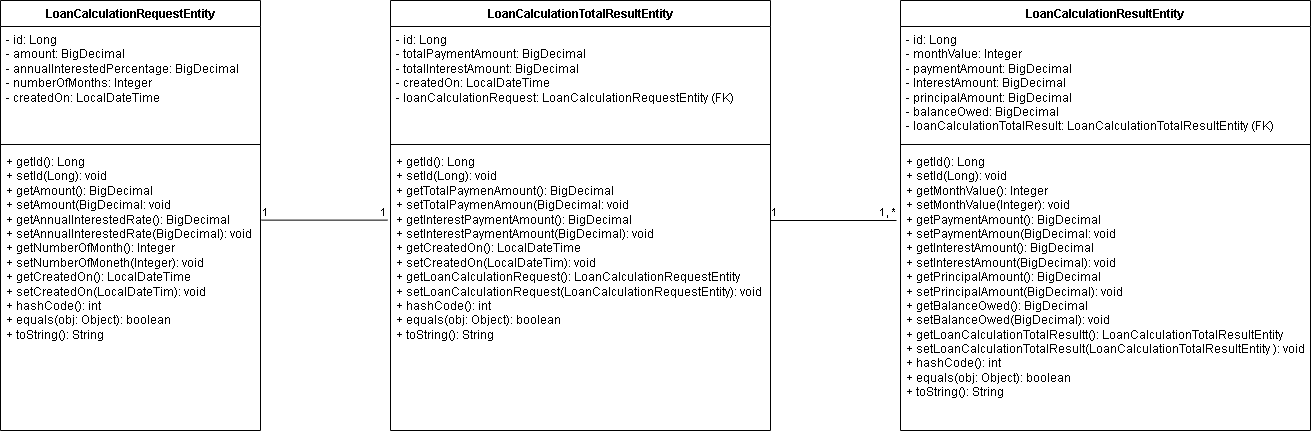
The draw.io diagram diagrams/UML_class_diagram.png in tijanatasic/loan-calculator, before a commit. Source tidied: cells renumbered, new cells last; positions are measured from the earlier drawing's top-left corner, leaving out a move shared by most shapes.
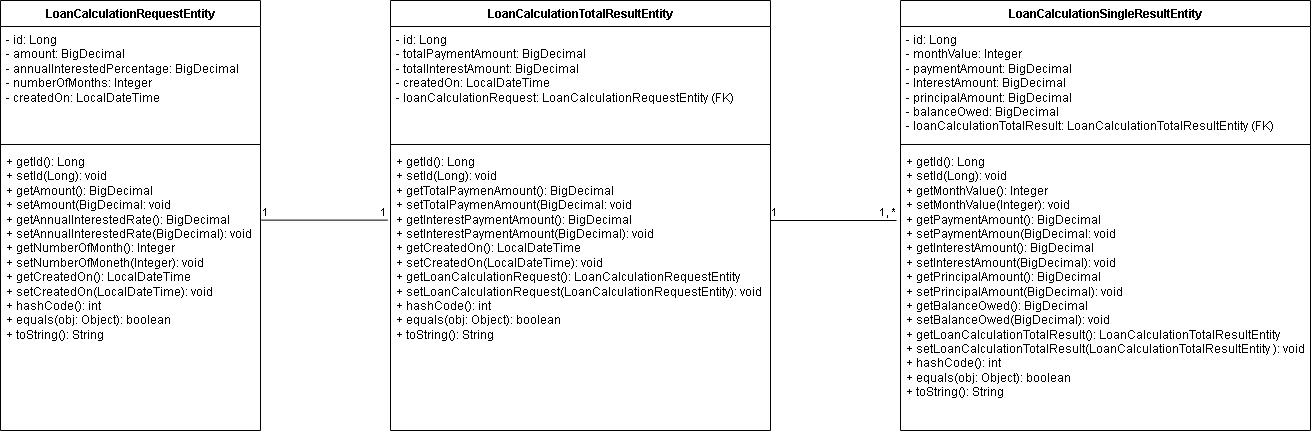
After the commit.

Commit message:
Added diagrams and postman collection

The edit, as a diff of the source:
```diff
@@ -11,7 +11,7 @@
     <mxCell id="4" style="line;strokeWidth=1;fillColor=none;align=left;verticalAlign=middle;spacingTop=-1;spacingLeft=3;spacingRight=3;labelPosition=right;strokeColor=inherit;" parent="2" vertex="1">
       <mxGeometry y="140" width="260" height="8" as="geometry" />
     </mxCell>
-    <mxCell id="5" value="+ getId(): Long&lt;div&gt;+ setId(Long): void&lt;/div&gt;&lt;div&gt;+ getAmount(): BigDecimal&lt;/div&gt;&lt;div&gt;+ setAmount(BigDecimal: void&lt;/div&gt;&lt;div&gt;+ getAnnualInterestedRate(): BigDecimal&lt;/div&gt;&lt;div&gt;+ setAnnualInterestedRate(BigDecimal): void&lt;/div&gt;&lt;div&gt;+ getNumberOfMonth(): Integer&lt;/div&gt;&lt;div&gt;+ setNumberOfMoneth(Integer): void&lt;/div&gt;&lt;div&gt;+ getCreatedOn(): LocalDateTime&lt;/div&gt;&lt;div&gt;+ setCreatedOn(LocalDateTim): void&lt;/div&gt;&lt;div&gt;+&amp;nbsp;&lt;span style=&quot;background-color: initial;&quot;&gt;hashCode(): &lt;/span&gt;&lt;span style=&quot;background-color: initial;&quot; class=&quot;hljs-type&quot;&gt;int&lt;/span&gt;&lt;span style=&quot;background-color: initial;&quot;&gt;&amp;nbsp;&lt;/span&gt;&lt;/div&gt;&lt;div&gt;&lt;span style=&quot;background-color: initial;&quot; class=&quot;hljs-operator&quot;&gt;+&lt;/span&gt;&lt;span style=&quot;background-color: initial;&quot;&gt; &lt;/span&gt;&lt;span style=&quot;background-color: initial;&quot; class=&quot;hljs-keyword&quot;&gt;equals&lt;/span&gt;&lt;span style=&quot;background-color: initial;&quot;&gt;(obj: Object): &lt;/span&gt;&lt;span style=&quot;background-color: initial;&quot; class=&quot;hljs-type&quot;&gt;boolean&lt;/span&gt;&lt;span style=&quot;background-color: initial;&quot;&gt;&amp;nbsp;&lt;/span&gt;&lt;/div&gt;&lt;div&gt;&lt;span style=&quot;background-color: initial;&quot; class=&quot;hljs-operator&quot;&gt;+&lt;/span&gt;&lt;span style=&quot;background-color: initial;&quot;&gt; toString(): String&lt;/span&gt;&lt;/div&gt;" style="text;strokeColor=none;fillColor=none;align=left;verticalAlign=top;spacingLeft=4;spacingRight=4;overflow=hidden;points=[[0,0.5],[1,0.5]];portConstraint=eastwest;whiteSpace=wrap;html=1;" parent="2" vertex="1">
+    <mxCell id="5" value="+ getId(): Long&lt;div&gt;+ setId(Long): void&lt;/div&gt;&lt;div&gt;+ getAmount(): BigDecimal&lt;/div&gt;&lt;div&gt;+ setAmount(BigDecimal: void&lt;/div&gt;&lt;div&gt;+ getAnnualInterestedRate(): BigDecimal&lt;/div&gt;&lt;div&gt;+ setAnnualInterestedRate(BigDecimal): void&lt;/div&gt;&lt;div&gt;+ getNumberOfMonth(): Integer&lt;/div&gt;&lt;div&gt;+ setNumberOfMoneth(Integer): void&lt;/div&gt;&lt;div&gt;+ getCreatedOn(): LocalDateTime&lt;/div&gt;&lt;div&gt;+ setCreatedOn(LocalDateTime): void&lt;/div&gt;&lt;div&gt;+&amp;nbsp;&lt;span style=&quot;background-color: initial;&quot;&gt;hashCode(): &lt;/span&gt;&lt;span style=&quot;background-color: initial;&quot; class=&quot;hljs-type&quot;&gt;int&lt;/span&gt;&lt;span style=&quot;background-color: initial;&quot;&gt;&amp;nbsp;&lt;/span&gt;&lt;/div&gt;&lt;div&gt;&lt;span style=&quot;background-color: initial;&quot; class=&quot;hljs-operator&quot;&gt;+&lt;/span&gt;&lt;span style=&quot;background-color: initial;&quot;&gt; &lt;/span&gt;&lt;span style=&quot;background-color: initial;&quot; class=&quot;hljs-keyword&quot;&gt;equals&lt;/span&gt;&lt;span style=&quot;background-color: initial;&quot;&gt;(obj: Object): &lt;/span&gt;&lt;span style=&quot;background-color: initial;&quot; class=&quot;hljs-type&quot;&gt;boolean&lt;/span&gt;&lt;span style=&quot;background-color: initial;&quot;&gt;&amp;nbsp;&lt;/span&gt;&lt;/div&gt;&lt;div&gt;&lt;span style=&quot;background-color: initial;&quot; class=&quot;hljs-operator&quot;&gt;+&lt;/span&gt;&lt;span style=&quot;background-color: initial;&quot;&gt; toString(): String&lt;/span&gt;&lt;/div&gt;" style="text;strokeColor=none;fillColor=none;align=left;verticalAlign=top;spacingLeft=4;spacingRight=4;overflow=hidden;points=[[0,0.5],[1,0.5]];portConstraint=eastwest;whiteSpace=wrap;html=1;" parent="2" vertex="1">
       <mxGeometry y="148" width="260" height="282" as="geometry" />
     </mxCell>
     <mxCell id="6" value="LoanCalculationTotalResultEntity" style="swimlane;fontStyle=1;align=center;verticalAlign=top;horizontal=1;startSize=26;whiteSpace=wrap;html=1;" parent="1" vertex="1">
@@ -23,7 +23,7 @@
     <mxCell id="8" style="line;strokeWidth=1;fillColor=none;align=left;verticalAlign=middle;spacingTop=-1;spacingLeft=3;spacingRight=3;labelPosition=right;strokeColor=inherit;" parent="6" vertex="1">
       <mxGeometry y="140" width="380" height="8" as="geometry" />
     </mxCell>
-    <mxCell id="9" value="+ getId(): Long&lt;div&gt;+ setId(Long): void&lt;/div&gt;&lt;div&gt;+ getTotalPaymenAmount(): BigDecimal&lt;/div&gt;&lt;div&gt;+ setTotalPaymenAmoun(BigDecimal: void&lt;/div&gt;&lt;div&gt;+ getInterestPaymentAmount(): BigDecimal&lt;/div&gt;&lt;div&gt;+ setInterestPaymentAmount(BigDecimal): void&lt;/div&gt;&lt;div&gt;+ getCreatedOn(): LocalDateTime&lt;/div&gt;&lt;div&gt;+ setCreatedOn(LocalDateTim): void&lt;/div&gt;&lt;div&gt;+ getLoanCalculationRequest(): LoanCalculationRequestEntity&lt;/div&gt;&lt;div&gt;+ setLoanCalculationRequest(&lt;span style=&quot;background-color: initial;&quot;&gt;LoanCalculationRequestEntity): void&lt;/span&gt;&lt;/div&gt;&lt;div&gt;+&amp;nbsp;&lt;span style=&quot;background-color: initial;&quot;&gt;hashCode(): &lt;/span&gt;&lt;span style=&quot;background-color: initial;&quot; class=&quot;hljs-type&quot;&gt;int&lt;/span&gt;&lt;span style=&quot;background-color: initial;&quot;&gt;&amp;nbsp;&lt;/span&gt;&lt;/div&gt;&lt;div&gt;&lt;span style=&quot;background-color: initial;&quot; class=&quot;hljs-operator&quot;&gt;+&lt;/span&gt;&lt;span style=&quot;background-color: initial;&quot;&gt; &lt;/span&gt;&lt;span style=&quot;background-color: initial;&quot; class=&quot;hljs-keyword&quot;&gt;equals&lt;/span&gt;&lt;span style=&quot;background-color: initial;&quot;&gt;(obj: Object): &lt;/span&gt;&lt;span style=&quot;background-color: initial;&quot; class=&quot;hljs-type&quot;&gt;boolean&lt;/span&gt;&lt;span style=&quot;background-color: initial;&quot;&gt;&amp;nbsp;&lt;/span&gt;&lt;/div&gt;&lt;div&gt;&lt;span style=&quot;background-color: initial;&quot; class=&quot;hljs-operator&quot;&gt;+&lt;/span&gt;&lt;span style=&quot;background-color: initial;&quot;&gt; toString(): String&lt;/span&gt;&lt;/div&gt;" style="text;strokeColor=none;fillColor=none;align=left;verticalAlign=top;spacingLeft=4;spacingRight=4;overflow=hidden;points=[[0,0.5],[1,0.5]];portConstraint=eastwest;whiteSpace=wrap;html=1;" parent="6" vertex="1">
+    <mxCell id="9" value="+ getId(): Long&lt;div&gt;+ setId(Long): void&lt;/div&gt;&lt;div&gt;+ getTotalPaymenAmount(): BigDecimal&lt;/div&gt;&lt;div&gt;+ setTotalPaymenAmount(BigDecimal: void&lt;/div&gt;&lt;div&gt;+ getInterestPaymentAmount(): BigDecimal&lt;/div&gt;&lt;div&gt;+ setInterestPaymentAmount(BigDecimal): void&lt;/div&gt;&lt;div&gt;+ getCreatedOn(): LocalDateTime&lt;/div&gt;&lt;div&gt;+ setCreatedOn(LocalDateTime): void&lt;/div&gt;&lt;div&gt;+ getLoanCalculationRequest(): LoanCalculationRequestEntity&lt;/div&gt;&lt;div&gt;+ setLoanCalculationRequest(&lt;span style=&quot;background-color: initial;&quot;&gt;LoanCalculationRequestEntity): void&lt;/span&gt;&lt;/div&gt;&lt;div&gt;+&amp;nbsp;&lt;span style=&quot;background-color: initial;&quot;&gt;hashCode(): &lt;/span&gt;&lt;span style=&quot;background-color: initial;&quot; class=&quot;hljs-type&quot;&gt;int&lt;/span&gt;&lt;span style=&quot;background-color: initial;&quot;&gt;&amp;nbsp;&lt;/span&gt;&lt;/div&gt;&lt;div&gt;&lt;span style=&quot;background-color: initial;&quot; class=&quot;hljs-operator&quot;&gt;+&lt;/span&gt;&lt;span style=&quot;background-color: initial;&quot;&gt; &lt;/span&gt;&lt;span style=&quot;background-color: initial;&quot; class=&quot;hljs-keyword&quot;&gt;equals&lt;/span&gt;&lt;span style=&quot;background-color: initial;&quot;&gt;(obj: Object): &lt;/span&gt;&lt;span style=&quot;background-color: initial;&quot; class=&quot;hljs-type&quot;&gt;boolean&lt;/span&gt;&lt;span style=&quot;background-color: initial;&quot;&gt;&amp;nbsp;&lt;/span&gt;&lt;/div&gt;&lt;div&gt;&lt;span style=&quot;background-color: initial;&quot; class=&quot;hljs-operator&quot;&gt;+&lt;/span&gt;&lt;span style=&quot;background-color: initial;&quot;&gt; toString(): String&lt;/span&gt;&lt;/div&gt;" style="text;strokeColor=none;fillColor=none;align=left;verticalAlign=top;spacingLeft=4;spacingRight=4;overflow=hidden;points=[[0,0.5],[1,0.5]];portConstraint=eastwest;whiteSpace=wrap;html=1;" parent="6" vertex="1">
       <mxGeometry y="148" width="380" height="282" as="geometry" />
     </mxCell>
     <mxCell id="10" style="endArrow=none;html=1;edgeStyle=orthogonalEdgeStyle;rounded=0;entryX=-0.008;entryY=0.254;entryDx=0;entryDy=0;entryPerimeter=0;exitX=1.004;exitY=0.254;exitDx=0;exitDy=0;exitPerimeter=0;" parent="1" edge="1" source="5" target="9">
@@ -35,7 +35,7 @@
     <mxCell id="12" value="1" style="edgeLabel;html=1;align=right;verticalAlign=bottom;" parent="10" vertex="1">
       <mxGeometry x="1" relative="1" as="geometry" />
     </mxCell>
-    <mxCell id="13" value="LoanCalculationResultEntity" style="swimlane;fontStyle=1;align=center;verticalAlign=top;horizontal=1;startSize=26;whiteSpace=wrap;html=1;" parent="1" vertex="1">
+    <mxCell id="13" value="LoanCalculationSingleResultEntity" style="swimlane;fontStyle=1;align=center;verticalAlign=top;horizontal=1;startSize=26;whiteSpace=wrap;html=1;" parent="1" vertex="1">
       <mxGeometry x="900" width="410" height="430" as="geometry" />
     </mxCell>
     <mxCell id="14" value="- id: Long&lt;div&gt;- monthValue: Integer&lt;br&gt;- paymentAmount: BigDecimal&lt;div&gt;- InterestAmount: BigDecimal&lt;/div&gt;&lt;div&gt;- principalAmount: BigDecimal&lt;/div&gt;&lt;div&gt;- balanceOwed: BigDecimal&lt;/div&gt;&lt;div&gt;- loanCalculationTotalResult: LoanCalculationTotalResultEntity (FK)&lt;/div&gt;&lt;/div&gt;" style="text;strokeColor=none;fillColor=none;align=left;verticalAlign=top;spacingLeft=4;spacingRight=4;overflow=hidden;whiteSpace=wrap;html=1;" parent="13" vertex="1">
@@ -44,7 +44,7 @@
     <mxCell id="15" style="line;strokeWidth=1;fillColor=none;align=left;verticalAlign=middle;spacingTop=-1;spacingLeft=3;spacingRight=3;labelPosition=right;strokeColor=inherit;" parent="13" vertex="1">
       <mxGeometry y="140" width="410" height="8" as="geometry" />
     </mxCell>
-    <mxCell id="16" value="+ getId(): Long&lt;div&gt;+ setId(Long): void&lt;/div&gt;&lt;div&gt;+ getMonthValue(): Integer&lt;/div&gt;&lt;div&gt;+ setMonthValue(Integer): void&amp;nbsp;&lt;/div&gt;&lt;div&gt;+ getPaymentAmount(): BigDecimal&lt;/div&gt;&lt;div&gt;+ setPaymentAmoun(BigDecimal: void&lt;/div&gt;&lt;div&gt;+ getInterestAmount(): BigDecimal&lt;/div&gt;&lt;div&gt;+ setInterestAmount(BigDecimal): void&lt;/div&gt;&lt;div&gt;+ getPrincipalAmount(): BigDecimal&lt;/div&gt;&lt;div&gt;+ setPrincipalAmount(BigDecimal): void&lt;/div&gt;&lt;div&gt;+ getBalanceOwed(): BigDecimal&lt;/div&gt;&lt;div&gt;+ setBalanceOwed(BigDecimal): void&lt;/div&gt;&lt;div&gt;+ getLoanCalculationTotalResultt():&amp;nbsp;&lt;span style=&quot;background-color: initial;&quot;&gt;LoanCalculationTotalResultEntity&lt;/span&gt;&lt;span style=&quot;background-color: initial;&quot;&gt;&amp;nbsp;&lt;/span&gt;&lt;/div&gt;&lt;div&gt;+ setLoanCalculationTotalResult(LoanCalculationTotalResultEntity&amp;nbsp;&lt;span style=&quot;background-color: initial;&quot;&gt;): void&lt;/span&gt;&lt;/div&gt;&lt;div&gt;+&amp;nbsp;&lt;span style=&quot;background-color: initial;&quot;&gt;hashCode(): &lt;/span&gt;&lt;span style=&quot;background-color: initial;&quot; class=&quot;hljs-type&quot;&gt;int&lt;/span&gt;&lt;span style=&quot;background-color: initial;&quot;&gt;&amp;nbsp;&lt;/span&gt;&lt;/div&gt;&lt;div&gt;&lt;span style=&quot;background-color: initial;&quot; class=&quot;hljs-operator&quot;&gt;+&lt;/span&gt;&lt;span style=&quot;background-color: initial;&quot;&gt; &lt;/span&gt;&lt;span style=&quot;background-color: initial;&quot; class=&quot;hljs-keyword&quot;&gt;equals&lt;/span&gt;&lt;span style=&quot;background-color: initial;&quot;&gt;(obj: Object): &lt;/span&gt;&lt;span style=&quot;background-color: initial;&quot; class=&quot;hljs-type&quot;&gt;boolean&lt;/span&gt;&lt;span style=&quot;background-color: initial;&quot;&gt;&amp;nbsp;&lt;/span&gt;&lt;/div&gt;&lt;div&gt;&lt;span style=&quot;background-color: initial;&quot; class=&quot;hljs-operator&quot;&gt;+&lt;/span&gt;&lt;span style=&quot;background-color: initial;&quot;&gt; toString(): String&lt;/span&gt;&lt;/div&gt;" style="text;strokeColor=none;fillColor=none;align=left;verticalAlign=top;spacingLeft=4;spacingRight=4;overflow=hidden;whiteSpace=wrap;html=1;" parent="13" vertex="1">
+    <mxCell id="16" value="+ getId(): Long&lt;div&gt;+ setId(Long): void&lt;/div&gt;&lt;div&gt;+ getMonthValue(): Integer&lt;/div&gt;&lt;div&gt;+ setMonthValue(Integer): void&amp;nbsp;&lt;/div&gt;&lt;div&gt;+ getPaymentAmount(): BigDecimal&lt;/div&gt;&lt;div&gt;+ setPaymentAmoun(BigDecimal: void&lt;/div&gt;&lt;div&gt;+ getInterestAmount(): BigDecimal&lt;/div&gt;&lt;div&gt;+ setInterestAmount(BigDecimal): void&lt;/div&gt;&lt;div&gt;+ getPrincipalAmount(): BigDecimal&lt;/div&gt;&lt;div&gt;+ setPrincipalAmount(BigDecimal): void&lt;/div&gt;&lt;div&gt;+ getBalanceOwed(): BigDecimal&lt;/div&gt;&lt;div&gt;+ setBalanceOwed(BigDecimal): void&lt;/div&gt;&lt;div&gt;+ getLoanCalculationTotalResult():&amp;nbsp;&lt;span style=&quot;background-color: initial;&quot;&gt;LoanCalculationTotalResultEntity&lt;/span&gt;&lt;span style=&quot;background-color: initial;&quot;&gt;&amp;nbsp;&lt;/span&gt;&lt;/div&gt;&lt;div&gt;+ setLoanCalculationTotalResult(LoanCalculationTotalResultEntity&amp;nbsp;&lt;span style=&quot;background-color: initial;&quot;&gt;): void&lt;/span&gt;&lt;/div&gt;&lt;div&gt;+&amp;nbsp;&lt;span style=&quot;background-color: initial;&quot;&gt;hashCode(): &lt;/span&gt;&lt;span style=&quot;background-color: initial;&quot; class=&quot;hljs-type&quot;&gt;int&lt;/span&gt;&lt;span style=&quot;background-color: initial;&quot;&gt;&amp;nbsp;&lt;/span&gt;&lt;/div&gt;&lt;div&gt;&lt;span style=&quot;background-color: initial;&quot; class=&quot;hljs-operator&quot;&gt;+&lt;/span&gt;&lt;span style=&quot;background-color: initial;&quot;&gt; &lt;/span&gt;&lt;span style=&quot;background-color: initial;&quot; class=&quot;hljs-keyword&quot;&gt;equals&lt;/span&gt;&lt;span style=&quot;background-color: initial;&quot;&gt;(obj: Object): &lt;/span&gt;&lt;span style=&quot;background-color: initial;&quot; class=&quot;hljs-type&quot;&gt;boolean&lt;/span&gt;&lt;span style=&quot;background-color: initial;&quot;&gt;&amp;nbsp;&lt;/span&gt;&lt;/div&gt;&lt;div&gt;&lt;span style=&quot;background-color: initial;&quot; class=&quot;hljs-operator&quot;&gt;+&lt;/span&gt;&lt;span style=&quot;background-color: initial;&quot;&gt; toString(): String&lt;/span&gt;&lt;/div&gt;" style="text;strokeColor=none;fillColor=none;align=left;verticalAlign=top;spacingLeft=4;spacingRight=4;overflow=hidden;whiteSpace=wrap;html=1;" parent="13" vertex="1">
       <mxGeometry y="148" width="410" height="282" as="geometry" />
     </mxCell>
     <mxCell id="17" style="endArrow=none;html=1;edgeStyle=orthogonalEdgeStyle;rounded=0;entryX=-0.008;entryY=0.254;entryDx=0;entryDy=0;entryPerimeter=0;exitX=1.004;exitY=0.254;exitDx=0;exitDy=0;exitPerimeter=0;" parent="1" edge="1">
```
